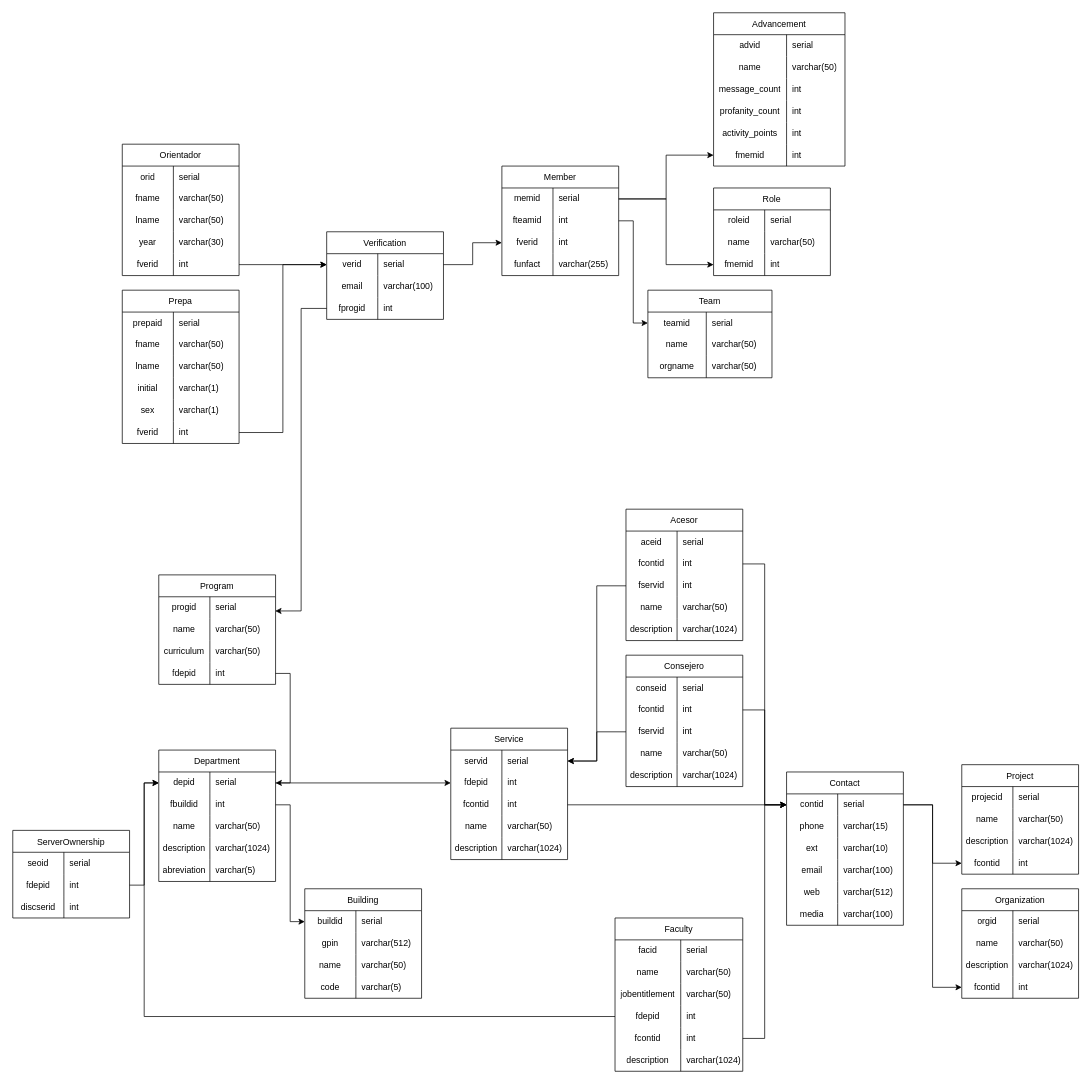
Earlier version of the draw.io diagram schema/Untitled Diagram.drawio (AlfredoSoto1/BotOrientador). Source tidied: cells renumbered, new cells numbered last; positions are measured from the earlier drawing's top-left corner, leaving out a move shared by most shapes. Both pictures are drawn from the tidied source at 73%, with x=0, y=0 at pixel (12, 12).
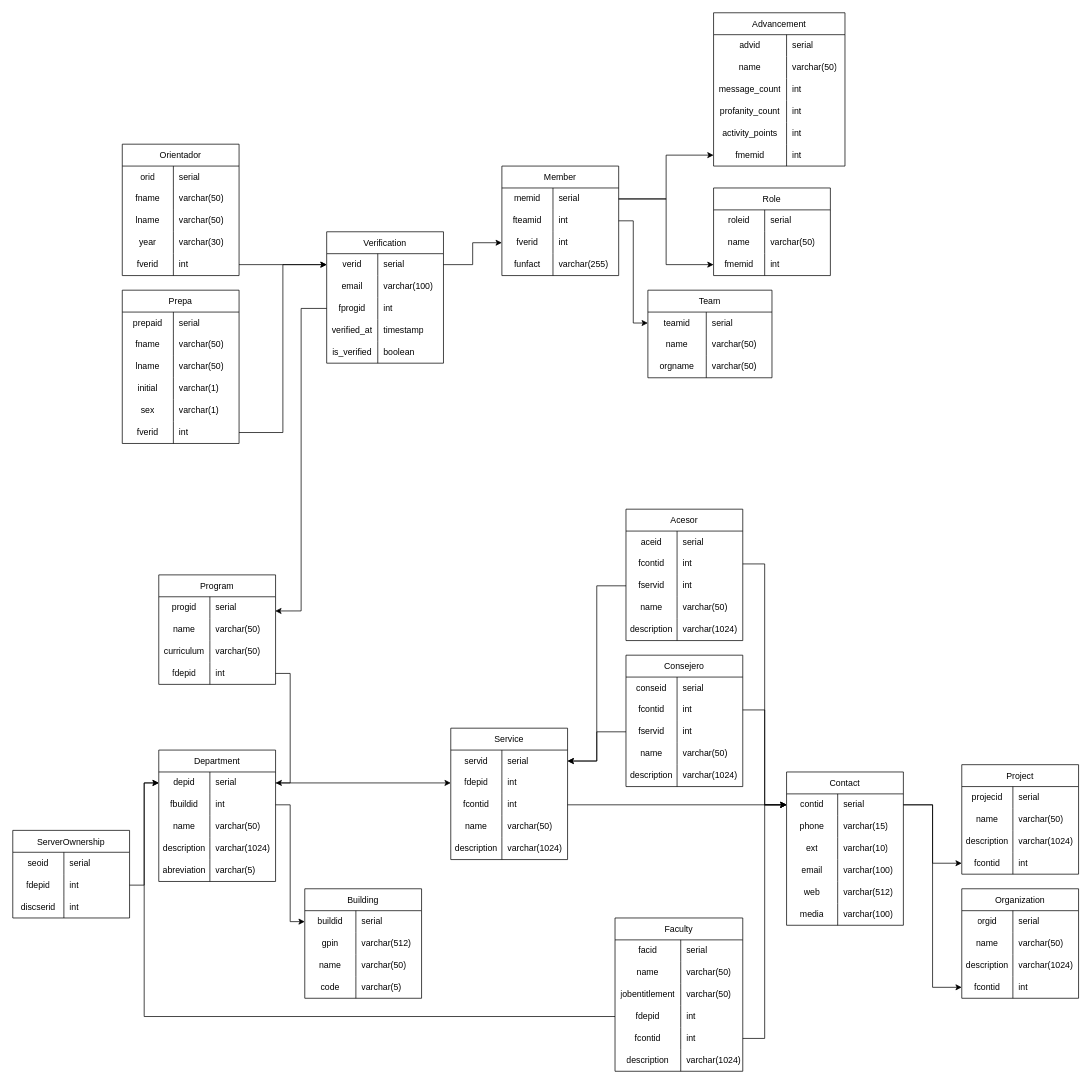
The same diagram, later.

Diff of the diagram source:
```diff
@@
     <mxCell id="2" value="Verification" style="shape=table;startSize=30;childLayout=tableLayout;rowLines=0;fontStyle=0;strokeColor=default;fontSize=12;" parent="1" vertex="1">
-      <mxGeometry x="430" y="300" width="160" height="120" as="geometry" />
+      <mxGeometry x="430" y="300" width="160" height="180" as="geometry" />
     </mxCell>
@@
+    <mxCell id="284" style="shape=tableRow;horizontal=0;startSize=0;swimlaneHead=0;swimlaneBody=0;top=0;left=0;bottom=0;right=0;fillColor=none;strokeColor=inherit;fontSize=12;" parent="2" vertex="1">
+      <mxGeometry y="120" width="160" height="30" as="geometry" />
+    </mxCell>
+    <mxCell id="285" value="verified_at" style="shape=partialRectangle;html=1;whiteSpace=wrap;fillColor=none;top=0;left=0;bottom=0;right=0;overflow=hidden;strokeColor=inherit;fontSize=12;" parent="284" vertex="1">
+      <mxGeometry width="70" height="30" as="geometry" />
+    </mxCell>
+    <mxCell id="286" value="timestamp" style="shape=partialRectangle;html=1;whiteSpace=wrap;fillColor=none;top=0;left=0;bottom=0;right=0;align=left;spacingLeft=6;overflow=hidden;strokeColor=inherit;fontSize=12;" parent="284" vertex="1">
+      <mxGeometry x="70" width="90" height="30" as="geometry" />
+    </mxCell>
+    <mxCell id="287" style="shape=tableRow;horizontal=0;startSize=0;swimlaneHead=0;swimlaneBody=0;top=0;left=0;bottom=0;right=0;fillColor=none;strokeColor=inherit;fontSize=12;" parent="2" vertex="1">
+      <mxGeometry y="150" width="160" height="30" as="geometry" />
+    </mxCell>
+    <mxCell id="288" value="is_verified" style="shape=partialRectangle;html=1;whiteSpace=wrap;fillColor=none;top=0;left=0;bottom=0;right=0;overflow=hidden;strokeColor=inherit;fontSize=12;" parent="287" vertex="1">
+      <mxGeometry width="70" height="30" as="geometry" />
+    </mxCell>
+    <mxCell id="289" value="boolean" style="shape=partialRectangle;html=1;whiteSpace=wrap;fillColor=none;top=0;left=0;bottom=0;right=0;align=left;spacingLeft=6;overflow=hidden;strokeColor=inherit;fontSize=12;" parent="287" vertex="1">
+      <mxGeometry x="70" width="90" height="30" as="geometry" />
+    </mxCell>
```
